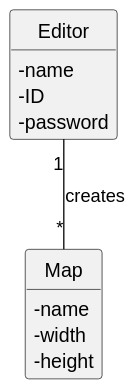
Above: docs/sprint2/us001/02.analysis/svg/us001-domain-model.svg in ivasduarte/all-aboard (PlantUML), before the change. Source of this version:
```plantuml
@startuml
skinparam monochrome true
skinparam packageStyle rectangle
skinparam shadowing false


skinparam classAttributeIconSize 0

hide circle
hide methods


class Editor{
    - name
    - ID
    - password
}

class Map {
  - name
  - width
  - height
}


Editor "1" -- "*" Map : creates
@enduml
```
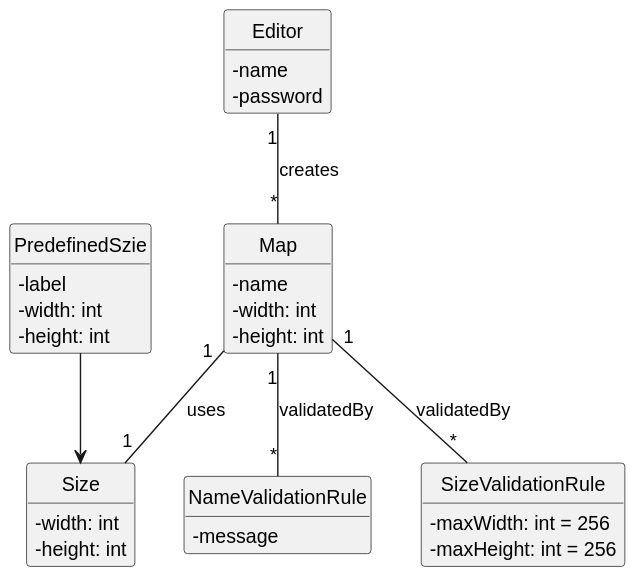
After the change.

What changed in the source:
```diff
@@ -2,26 +2,45 @@
 skinparam monochrome true
 skinparam packageStyle rectangle
 skinparam shadowing false
-
-
 skinparam classAttributeIconSize 0
 
 hide circle
 hide methods
 
+class Map {
+    - name
+    - width: int
+    - height: int
+}
 
 class Editor{
     - name
-    - ID
     - password
 }
 
-class Map {
-  - name
-  - width
-  - height
+class Size {
+    - width: int
+    - height: int
 }
 
+class PredefinedSzie {
+    - label
+    - width: int
+    - height: int
+}
+
+class NameValidationRule {
+    - message
+}
+
+class SizeValidationRule {
+    - maxWidth: int = 256
+    - maxHeight: int = 256
+}
 
 Editor "1" -- "*" Map : creates
+Map "1" -- "1" Size : uses
+Map "1" -- "*" NameValidationRule : validatedBy
+Map "1" -- "*" SizeValidationRule : validatedBy
+PredefinedSzie --> Size
 @enduml
```
